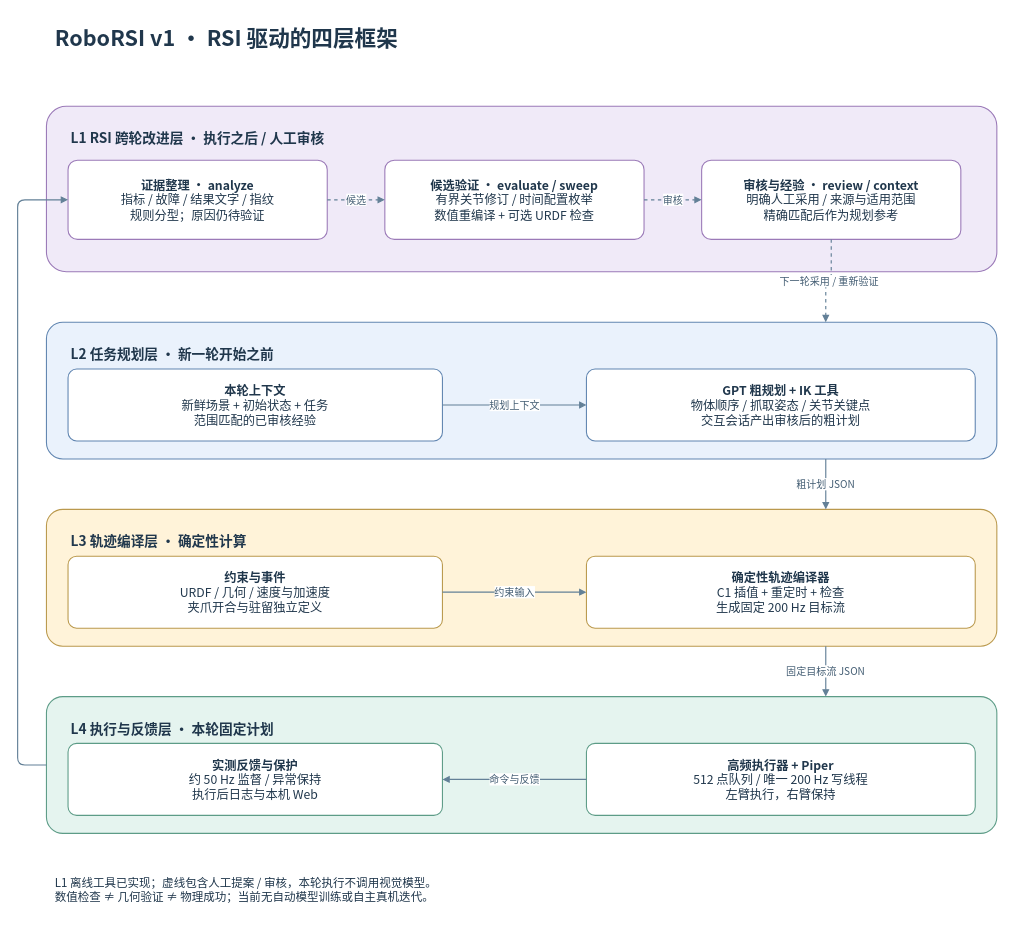
Earlier version of the draw.io diagram docs/figures/architecture.drawio (Srt-tian/RoboRSI_v1). Source tidied: cells renumbered, new cells numbered last; positions are measured from the earlier drawing's top-left corner, leaving out a move shared by most shapes. Both pictures are drawn from the tidied source at 72%, with x=0, y=0 at pixel (17, 12).
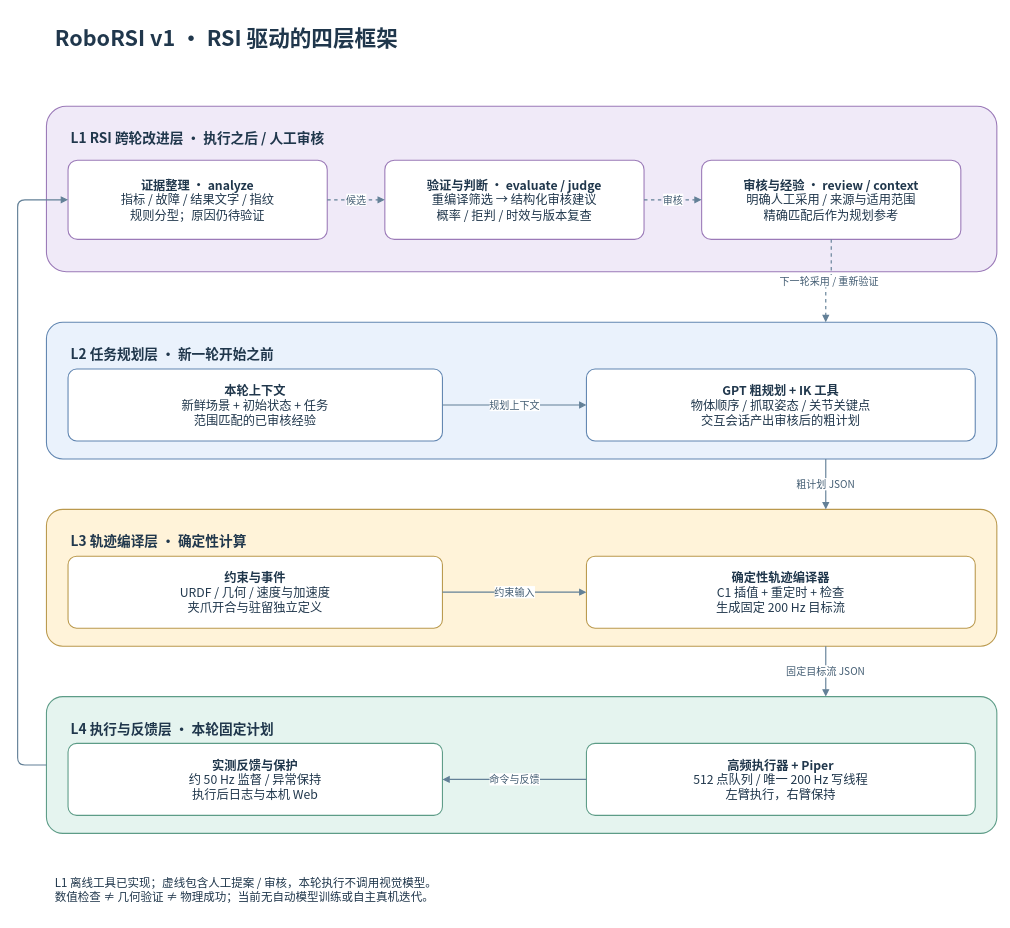
The same diagram, later.

Unchanged cells that the change refers to:
```xml
<mxCell id="3" value="L1  RSI 跨轮改进层 · 执行之后 / 人工审核" style="rounded=1;whiteSpace=wrap;html=1;fillColor=#F0EAF8;strokeColor=#9B7AB8;strokeWidth=1.5;fontFamily=Noto Sans CJK SC;fontSize=17;fontColor=#20374C;spacing=12;arcSize=12;verticalAlign=top;align=left;spacingTop=16;spacingLeft=22;fontStyle=1;fontSize=19;" parent="1" vertex="1">
  <mxGeometry x="40" y="130" width="1320" height="230" as="geometry" />
</mxCell>
```

What changed in the source:
```diff
@@
-    <mxCell id="8" value="&lt;b&gt;候选验证 · evaluate / sweep&lt;/b&gt;&lt;br&gt;有界关节修订 / 时间配置枚举&lt;br&gt;数值重编译 + 可选 URDF 检查" style="rounded=1;whiteSpace=wrap;html=1;fillColor=#F0EAF8;strokeColor=#9B7AB8;strokeWidth=1.5;fontFamily=Noto Sans CJK SC;fontSize=17;fontColor=#20374C;spacing=12;arcSize=12;fillColor=#FFFFFF;" parent="3" vertex="1">
+    <mxCell id="8" value="&lt;b&gt;验证与判断 · evaluate / judge&lt;/b&gt;&lt;br&gt;重编译筛选 → 结构化审核建议&lt;br&gt;概率 / 拒判 / 时效与版本复查" style="rounded=1;whiteSpace=wrap;html=1;fillColor=#F0EAF8;strokeColor=#9B7AB8;strokeWidth=1.5;fontFamily=Noto Sans CJK SC;fontSize=17;fontColor=#20374C;spacing=12;arcSize=12;fillColor=#FFFFFF;" parent="3" vertex="1">
       <mxGeometry x="470" y="75" width="360" height="110" as="geometry" />
     </mxCell>
```
